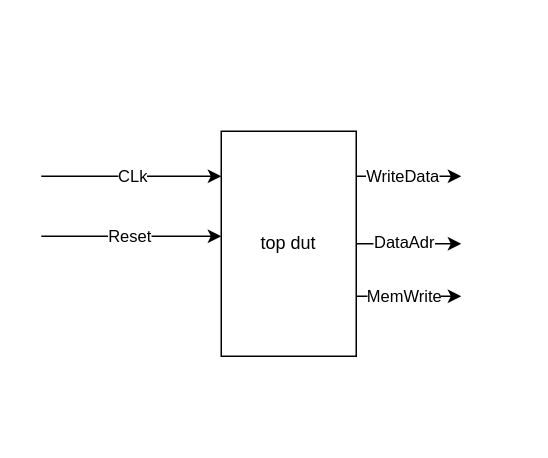
pgpsouza/ARM_single.sv-hardware-schematic- keeps this draw.io diagram as page "Testbench" (2 of 4) of ARM Single.drawio. Above is the earlier version. Source tidied: cells renumbered, new cells numbered last; positions are measured from the earlier drawing's top-left corner, leaving out a move shared by most shapes. Both pictures are drawn from the tidied source at 150%, with x=0, y=0 at pixel (40, 130).
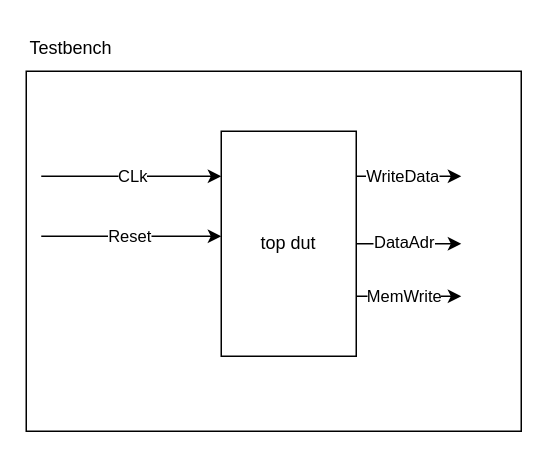
The same diagram, later.

Change to the diagram source:
```diff
@@
+    <mxCell id="13" style="rounded=0;whiteSpace=wrap;html=1;fillColor=none;" parent="1" vertex="1">
+      <mxGeometry x="-10" y="-40" width="330" height="240" as="geometry" />
+    </mxCell>
+    <mxCell id="14" value="Testbench" style="text;html=1;align=center;verticalAlign=middle;whiteSpace=wrap;rounded=0;" parent="1" vertex="1">
+      <mxGeometry x="-10" y="-70" width="60" height="30" as="geometry" />
+    </mxCell>
```
